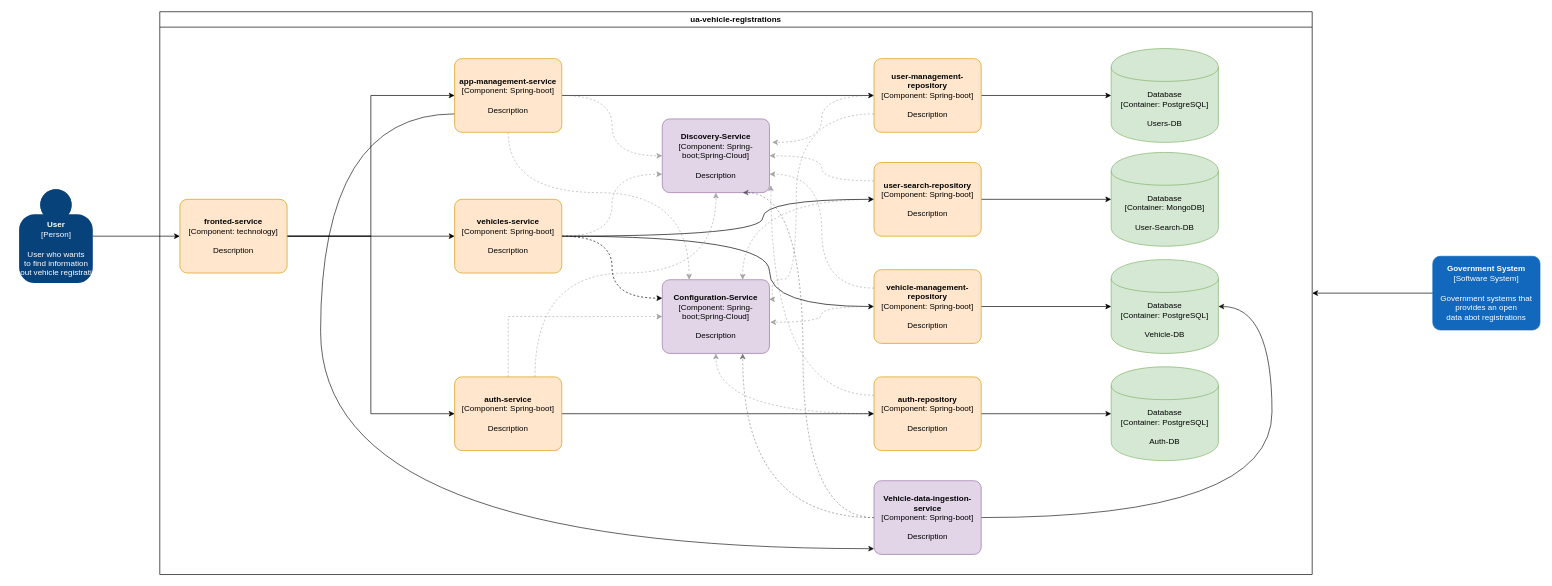
Above: page "Components" (3 of 3) of Documentation/Architecture.drawio in sanyokkua/ua-vehicle-registrations (draw.io), before the change. Source tidied: cells renumbered, new cells numbered last; positions are measured from the earlier drawing's top-left corner, leaving out a move shared by most shapes. Both pictures are drawn from the tidied source at 67%, with x=0, y=0 at pixel (19, 11).
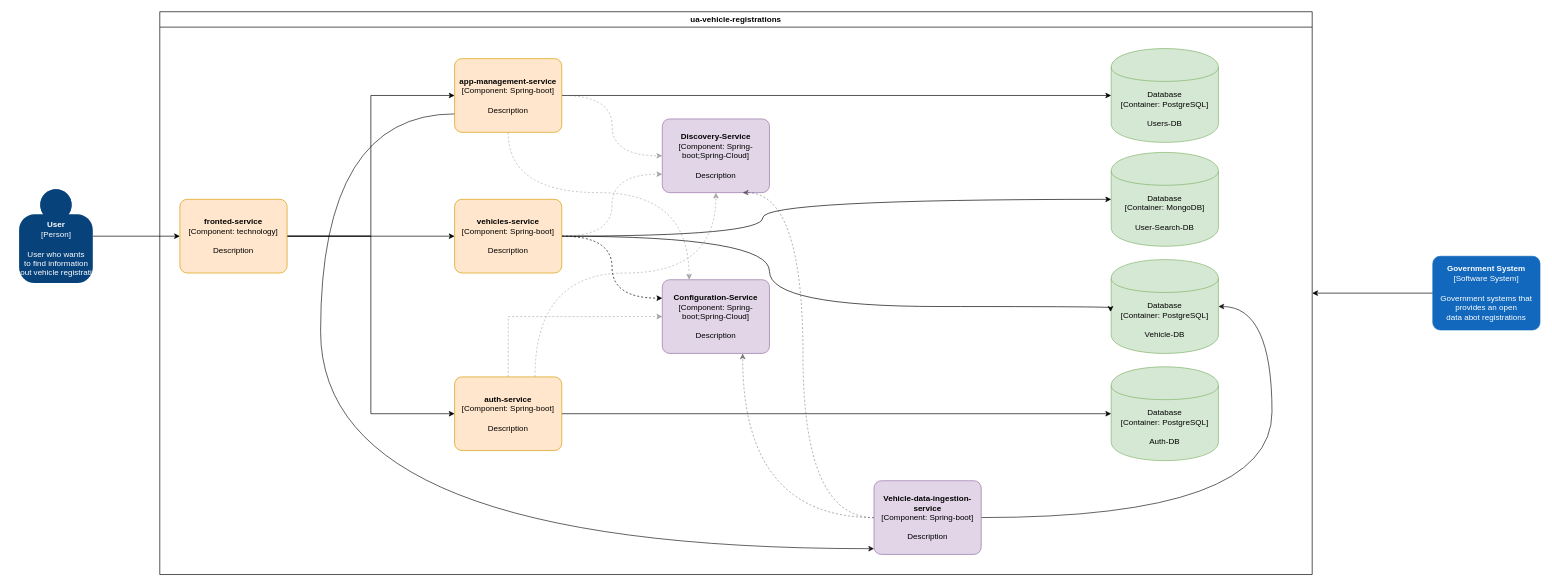
The same page after the edit.

Unchanged cells that the change refers to:
```xml
<mxCell id="6" value="ua-vehicle-registrations" style="swimlane;" parent="1" vertex="1">
  <mxGeometry x="210" width="1720" height="840" as="geometry" />
</mxCell>
<object id="7" label="%c4Type%&lt;div&gt;[Container:&amp;nbsp;%c4Technology%]&lt;/div&gt;&lt;br&gt;&lt;div&gt;%c4Description%&lt;/div&gt;" c4Description="Users-DB" c4Technology="PostgreSQL" c4Type="Database" placeholders="1">
  <mxCell style="shape=cylinder;whiteSpace=wrap;html=1;boundedLbl=1;rounded=0;labelBackgroundColor=none;fillColor=#d5e8d4;fontSize=12;align=center;strokeColor=#82b366;points=[[0.5,0,0],[1,0.25,0],[1,0.5,0],[1,0.75,0],[0.5,1,0],[0,0.75,0],[0,0.5,0],[0,0.25,0]];metaData={&quot;c4Type&quot;:{&quot;editable&quot;:false}};" parent="6" vertex="1">
    <mxGeometry x="1420" y="55" width="160" height="140" as="geometry" />
  </mxCell>
</object>
<object id="8" label="%c4Type%&lt;div&gt;[Container:&amp;nbsp;%c4Technology%]&lt;/div&gt;&lt;br&gt;&lt;div&gt;%c4Description%&lt;/div&gt;" c4Description="Vehicle-DB" c4Technology="PostgreSQL" c4Type="Database" placeholders="1">
  <mxCell style="shape=cylinder;whiteSpace=wrap;html=1;boundedLbl=1;rounded=0;labelBackgroundColor=none;fillColor=#d5e8d4;fontSize=12;align=center;strokeColor=#82b366;points=[[0.5,0,0],[1,0.25,0],[1,0.5,0],[1,0.75,0],[0.5,1,0],[0,0.75,0],[0,0.5,0],[0,0.25,0]];metaData={&quot;c4Type&quot;:{&quot;editable&quot;:false}};" parent="6" vertex="1">
    <mxGeometry x="1420" y="370" width="160" height="140" as="geometry" />
  </mxCell>
</object>
<object id="9" label="%c4Type%&lt;div&gt;[Container:&amp;nbsp;%c4Technology%]&lt;/div&gt;&lt;br&gt;&lt;div&gt;%c4Description%&lt;/div&gt;" c4Description="Auth-DB" c4Technology="PostgreSQL" c4Type="Database" placeholders="1">
  <mxCell style="shape=cylinder;whiteSpace=wrap;html=1;boundedLbl=1;rounded=0;labelBackgroundColor=none;fillColor=#d5e8d4;fontSize=12;align=center;strokeColor=#82b366;points=[[0.5,0,0],[1,0.25,0],[1,0.5,0],[1,0.75,0],[0.5,1,0],[0,0.75,0],[0,0.5,0],[0,0.25,0]];metaData={&quot;c4Type&quot;:{&quot;editable&quot;:false}};" parent="6" vertex="1">
    <mxGeometry x="1420" y="530" width="160" height="140" as="geometry" />
  </mxCell>
</object>
<object id="10" label="%c4Type%&lt;div&gt;[Container:&amp;nbsp;%c4Technology%]&lt;/div&gt;&lt;br&gt;&lt;div&gt;%c4Description%&lt;/div&gt;" c4Description="User-Search-DB" c4Technology="MongoDB" c4Type="Database" placeholders="1">
  <mxCell style="shape=cylinder;whiteSpace=wrap;html=1;boundedLbl=1;rounded=0;labelBackgroundColor=none;fillColor=#d5e8d4;fontSize=12;align=center;strokeColor=#82b366;points=[[0.5,0,0],[1,0.25,0],[1,0.5,0],[1,0.75,0],[0.5,1,0],[0,0.75,0],[0,0.5,0],[0,0.25,0]];metaData={&quot;c4Type&quot;:{&quot;editable&quot;:false}};" parent="6" vertex="1">
    <mxGeometry x="1420" y="210" width="160" height="140" as="geometry" />
  </mxCell>
</object>
<object id="15" label="&lt;b&gt;%c4Name%&lt;/b&gt;&lt;div&gt;[%c4Type%: %c4Technology%]&lt;/div&gt;&lt;br&gt;&lt;div&gt;%c4Description%&lt;/div&gt;" c4Description="Description" c4Name="app-management-service" c4Technology="Spring-boot" c4Type="Component" placeholders="1">
  <mxCell style="rounded=1;whiteSpace=wrap;html=1;labelBackgroundColor=none;fillColor=#ffe6cc;align=center;arcSize=10;strokeColor=#d79b00;metaData={&quot;c4Type&quot;:{&quot;editable&quot;:false}};points=[[0.25,0,0],[0.5,0,0],[0.75,0,0],[1,0.25,0],[1,0.5,0],[1,0.75,0],[0.75,1,0],[0.5,1,0],[0.25,1,0],[0,0.75,0],[0,0.5,0],[0,0.25,0]];" parent="6" vertex="1">
    <mxGeometry x="440" y="70" width="160" height="110" as="geometry" />
  </mxCell>
</object>
<object id="20" label="&lt;b&gt;%c4Name%&lt;/b&gt;&lt;div&gt;[%c4Type%: %c4Technology%]&lt;/div&gt;&lt;br&gt;&lt;div&gt;%c4Description%&lt;/div&gt;" c4Description="Description" c4Name="vehicles-service" c4Technology="Spring-boot" c4Type="Component" placeholders="1">
  <mxCell style="rounded=1;whiteSpace=wrap;html=1;labelBackgroundColor=none;fillColor=#ffe6cc;align=center;arcSize=10;strokeColor=#d79b00;metaData={&quot;c4Type&quot;:{&quot;editable&quot;:false}};points=[[0.25,0,0],[0.5,0,0],[0.75,0,0],[1,0.25,0],[1,0.5,0],[1,0.75,0],[0.75,1,0],[0.5,1,0],[0.25,1,0],[0,0.75,0],[0,0.5,0],[0,0.25,0]];" parent="6" vertex="1">
    <mxGeometry x="440" y="280" width="160" height="110" as="geometry" />
  </mxCell>
</object>
<object id="40" label="&lt;b&gt;%c4Name%&lt;/b&gt;&lt;div&gt;[%c4Type%: %c4Technology%]&lt;/div&gt;&lt;br&gt;&lt;div&gt;%c4Description%&lt;/div&gt;" c4Description="Description" c4Name="auth-service" c4Technology="Spring-boot" c4Type="Component" placeholders="1">
  <mxCell style="rounded=1;whiteSpace=wrap;html=1;labelBackgroundColor=none;fillColor=#ffe6cc;align=center;arcSize=10;strokeColor=#d79b00;metaData={&quot;c4Type&quot;:{&quot;editable&quot;:false}};points=[[0.25,0,0],[0.5,0,0],[0.75,0,0],[1,0.25,0],[1,0.5,0],[1,0.75,0],[0.75,1,0],[0.5,1,0],[0.25,1,0],[0,0.75,0],[0,0.5,0],[0,0.25,0]];" parent="6" vertex="1">
    <mxGeometry x="440" y="545" width="160" height="110" as="geometry" />
  </mxCell>
</object>
<object id="45" label="&lt;b&gt;%c4Name%&lt;/b&gt;&lt;div&gt;[%c4Type%: %c4Technology%]&lt;/div&gt;&lt;br&gt;&lt;div&gt;%c4Description%&lt;/div&gt;" c4Description="Description" c4Name="Discovery-Service" c4Technology="Spring-boot;Spring-Cloud" c4Type="Component" placeholders="1">
  <mxCell style="rounded=1;whiteSpace=wrap;html=1;labelBackgroundColor=none;fillColor=#e1d5e7;align=center;arcSize=10;strokeColor=#9673a6;metaData={&quot;c4Type&quot;:{&quot;editable&quot;:false}};points=[[0.25,0,0],[0.5,0,0],[0.75,0,0],[1,0.25,0],[1,0.5,0],[1,0.75,0],[0.75,1,0],[0.5,1,0],[0.25,1,0],[0,0.75,0],[0,0.5,0],[0,0.25,0]];" parent="6" vertex="1">
    <mxGeometry x="750" y="160" width="160" height="110" as="geometry" />
  </mxCell>
</object>
<object id="46" label="&lt;b&gt;%c4Name%&lt;/b&gt;&lt;div&gt;[%c4Type%: %c4Technology%]&lt;/div&gt;&lt;br&gt;&lt;div&gt;%c4Description%&lt;/div&gt;" c4Description="Description" c4Name="Configuration-Service" c4Technology="Spring-boot;Spring-Cloud" c4Type="Component" placeholders="1">
  <mxCell style="rounded=1;whiteSpace=wrap;html=1;labelBackgroundColor=none;fillColor=#e1d5e7;align=center;arcSize=10;strokeColor=#9673a6;metaData={&quot;c4Type&quot;:{&quot;editable&quot;:false}};points=[[0.25,0,0],[0.5,0,0],[0.75,0,0],[1,0.25,0],[1,0.5,0],[1,0.75,0],[0.75,1,0],[0.5,1,0],[0.25,1,0],[0,0.75,0],[0,0.5,0],[0,0.25,0]];" parent="6" vertex="1">
    <mxGeometry x="750" y="400" width="160" height="110" as="geometry" />
  </mxCell>
</object>
```

Change to the diagram source:
```diff
@@
-    <mxCell id="11" style="edgeStyle=orthogonalEdgeStyle;rounded=0;jettySize=auto;html=1;entryX=0;entryY=0.5;entryDx=0;entryDy=0;entryPerimeter=0;" parent="6" edge="1" source="15" target="28">
+    <mxCell id="11" style="edgeStyle=orthogonalEdgeStyle;rounded=0;jettySize=auto;html=1;entryX=0;entryY=0.5;entryDx=0;entryDy=0;entryPerimeter=0;" parent="6" edge="1" source="15" target="7">
       <mxGeometry relative="1" as="geometry" />
     </mxCell>
@@
-    <mxCell id="16" style="edgeStyle=orthogonalEdgeStyle;rounded=0;jettySize=auto;html=1;entryX=0;entryY=0.5;entryDx=0;entryDy=0;entryPerimeter=0;curved=1;" parent="6" edge="1" source="20" target="24">
+    <mxCell id="16" style="edgeStyle=orthogonalEdgeStyle;rounded=0;jettySize=auto;html=1;entryX=0;entryY=0.5;entryDx=0;entryDy=0;entryPerimeter=0;curved=1;" parent="6" edge="1" source="20" target="10">
       <mxGeometry relative="1" as="geometry">
         <Array as="points">
           <mxPoint x="900" y="335" />
           <mxPoint x="900" y="280" />
         </Array>
       </mxGeometry>
     </mxCell>
-    <mxCell id="17" style="edgeStyle=orthogonalEdgeStyle;rounded=0;jettySize=auto;html=1;entryX=0;entryY=0.5;entryDx=0;entryDy=0;entryPerimeter=0;curved=1;" parent="6" edge="1" source="20" target="32">
+    <mxCell id="17" style="edgeStyle=orthogonalEdgeStyle;rounded=0;jettySize=auto;html=1;entryX=-0.006;entryY=0.557;entryDx=0;entryDy=0;entryPerimeter=0;curved=1;" parent="6" edge="1" source="20" target="8">
       <mxGeometry relative="1" as="geometry">
         <Array as="points">
           <mxPoint x="910" y="335" />
           <mxPoint x="910" y="440" />
+          <mxPoint x="1419" y="440" />
         </Array>
       </mxGeometry>
     </mxCell>
@@
-    <mxCell id="21" style="edgeStyle=orthogonalEdgeStyle;rounded=0;jettySize=auto;html=1;entryX=0;entryY=0.5;entryDx=0;entryDy=0;entryPerimeter=0;" parent="6" edge="1" source="24" target="10">
-      <mxGeometry relative="1" as="geometry" />
-    </mxCell>
-    <mxCell id="22" style="edgeStyle=orthogonalEdgeStyle;curved=1;rounded=0;jettySize=auto;html=1;exitX=0;exitY=0.25;exitDx=0;exitDy=0;exitPerimeter=0;entryX=1;entryY=0.5;entryDx=0;entryDy=0;entryPerimeter=0;dashed=1;strokeColor=#636363;opacity=50;" parent="6" edge="1" source="24" target="45">
-      <mxGeometry relative="1" as="geometry" />
-    </mxCell>
-    <mxCell id="23" style="edgeStyle=orthogonalEdgeStyle;curved=1;rounded=0;jettySize=auto;html=1;entryX=0.75;entryY=0;entryDx=0;entryDy=0;entryPerimeter=0;dashed=1;strokeColor=#636363;opacity=50;" parent="6" edge="1" source="24" target="46">
-      <mxGeometry relative="1" as="geometry" />
-    </mxCell>
-    <object id="24" label="&lt;b&gt;%c4Name%&lt;/b&gt;&lt;div&gt;[%c4Type%: %c4Technology%]&lt;/div&gt;&lt;br&gt;&lt;div&gt;%c4Description%&lt;/div&gt;" c4Description="Description" c4Name="user-search-repository" c4Technology="Spring-boot" c4Type="Component" placeholders="1">
-      <mxCell style="rounded=1;whiteSpace=wrap;html=1;labelBackgroundColor=none;fillColor=#ffe6cc;align=center;arcSize=10;strokeColor=#d79b00;metaData={&quot;c4Type&quot;:{&quot;editable&quot;:false}};points=[[0.25,0,0],[0.5,0,0],[0.75,0,0],[1,0.25,0],[1,0.5,0],[1,0.75,0],[0.75,1,0],[0.5,1,0],[0.25,1,0],[0,0.75,0],[0,0.5,0],[0,0.25,0]];" parent="6" vertex="1">
-        <mxGeometry x="1066" y="225" width="160" height="110" as="geometry" />
-      </mxCell>
-    </object>
-    <mxCell id="25" style="edgeStyle=orthogonalEdgeStyle;rounded=0;jettySize=auto;html=1;entryX=0;entryY=0.5;entryDx=0;entryDy=0;entryPerimeter=0;" parent="6" edge="1" source="28" target="7">
-      <mxGeometry relative="1" as="geometry" />
-    </mxCell>
-    <mxCell id="26" style="edgeStyle=orthogonalEdgeStyle;curved=1;rounded=0;jettySize=auto;html=1;entryX=1.025;entryY=0.318;entryDx=0;entryDy=0;entryPerimeter=0;dashed=1;strokeColor=#636363;opacity=50;" parent="6" edge="1" source="28" target="45">
-      <mxGeometry relative="1" as="geometry" />
-    </mxCell>
-    <mxCell id="27" style="edgeStyle=orthogonalEdgeStyle;curved=1;rounded=0;jettySize=auto;html=1;exitX=0;exitY=0.75;exitDx=0;exitDy=0;exitPerimeter=0;entryX=0.997;entryY=0.265;entryDx=0;entryDy=0;entryPerimeter=0;dashed=1;strokeColor=#636363;opacity=50;" parent="6" edge="1" source="28" target="46">
-      <mxGeometry relative="1" as="geometry">
-        <Array as="points">
-          <mxPoint x="950" y="152" />
-          <mxPoint x="950" y="399" />
-          <mxPoint x="914" y="399" />
-          <mxPoint x="914" y="429" />
-        </Array>
-      </mxGeometry>
-    </mxCell>
-    <object id="28" label="&lt;b&gt;%c4Name%&lt;/b&gt;&lt;div&gt;[%c4Type%: %c4Technology%]&lt;/div&gt;&lt;br&gt;&lt;div&gt;%c4Description%&lt;/div&gt;" c4Description="Description" c4Name="user-management-repository" c4Technology="Spring-boot" c4Type="Component" placeholders="1">
-      <mxCell style="rounded=1;whiteSpace=wrap;html=1;labelBackgroundColor=none;fillColor=#ffe6cc;align=center;arcSize=10;strokeColor=#d79b00;metaData={&quot;c4Type&quot;:{&quot;editable&quot;:false}};points=[[0.25,0,0],[0.5,0,0],[0.75,0,0],[1,0.25,0],[1,0.5,0],[1,0.75,0],[0.75,1,0],[0.5,1,0],[0.25,1,0],[0,0.75,0],[0,0.5,0],[0,0.25,0]];" parent="6" vertex="1">
-        <mxGeometry x="1066" y="70" width="160" height="110" as="geometry" />
-      </mxCell>
-    </object>
-    <mxCell id="29" style="edgeStyle=orthogonalEdgeStyle;rounded=0;jettySize=auto;html=1;entryX=0;entryY=0.5;entryDx=0;entryDy=0;entryPerimeter=0;" parent="6" edge="1" source="32" target="8">
-      <mxGeometry relative="1" as="geometry" />
-    </mxCell>
-    <mxCell id="30" style="edgeStyle=orthogonalEdgeStyle;curved=1;rounded=0;jettySize=auto;html=1;exitX=0;exitY=0.25;exitDx=0;exitDy=0;exitPerimeter=0;entryX=1;entryY=0.75;entryDx=0;entryDy=0;entryPerimeter=0;dashed=1;strokeColor=#636363;opacity=50;" parent="6" edge="1" source="32" target="45">
-      <mxGeometry relative="1" as="geometry" />
-    </mxCell>
-    <mxCell id="31" style="edgeStyle=orthogonalEdgeStyle;curved=1;rounded=0;jettySize=auto;html=1;entryX=1.007;entryY=0.576;entryDx=0;entryDy=0;entryPerimeter=0;dashed=1;strokeColor=#636363;opacity=50;" parent="6" edge="1" source="32" target="46">
-      <mxGeometry relative="1" as="geometry" />
-    </mxCell>
-    <object id="32" label="&lt;b&gt;%c4Name%&lt;/b&gt;&lt;div&gt;[%c4Type%: %c4Technology%]&lt;/div&gt;&lt;br&gt;&lt;div&gt;%c4Description%&lt;/div&gt;" c4Description="Description" c4Name="vehicle-management-repository" c4Technology="Spring-boot" c4Type="Component" placeholders="1">
-      <mxCell style="rounded=1;whiteSpace=wrap;html=1;labelBackgroundColor=none;fillColor=#ffe6cc;align=center;arcSize=10;strokeColor=#d79b00;metaData={&quot;c4Type&quot;:{&quot;editable&quot;:false}};points=[[0.25,0,0],[0.5,0,0],[0.75,0,0],[1,0.25,0],[1,0.5,0],[1,0.75,0],[0.75,1,0],[0.5,1,0],[0.25,1,0],[0,0.75,0],[0,0.5,0],[0,0.25,0]];" parent="6" vertex="1">
-        <mxGeometry x="1066" y="385" width="160" height="110" as="geometry" />
-      </mxCell>
-    </object>
-    <mxCell id="33" style="edgeStyle=orthogonalEdgeStyle;rounded=0;jettySize=auto;html=1;entryX=0;entryY=0.5;entryDx=0;entryDy=0;entryPerimeter=0;" parent="6" edge="1" source="36" target="9">
-      <mxGeometry relative="1" as="geometry" />
-    </mxCell>
-    <mxCell id="34" style="edgeStyle=orthogonalEdgeStyle;curved=1;rounded=0;jettySize=auto;html=1;exitX=0;exitY=0.25;exitDx=0;exitDy=0;exitPerimeter=0;entryX=1.013;entryY=0.9;entryDx=0;entryDy=0;entryPerimeter=0;dashed=1;strokeColor=#636363;opacity=50;" parent="6" edge="1" source="36" target="45">
-      <mxGeometry relative="1" as="geometry" />
-    </mxCell>
-    <mxCell id="35" style="edgeStyle=orthogonalEdgeStyle;curved=1;rounded=0;jettySize=auto;html=1;entryX=0.5;entryY=1;entryDx=0;entryDy=0;entryPerimeter=0;dashed=1;strokeColor=#636363;opacity=50;" parent="6" edge="1" source="36" target="46">
-      <mxGeometry relative="1" as="geometry" />
-    </mxCell>
-    <object id="36" label="&lt;b&gt;%c4Name%&lt;/b&gt;&lt;div&gt;[%c4Type%: %c4Technology%]&lt;/div&gt;&lt;br&gt;&lt;div&gt;%c4Description%&lt;/div&gt;" c4Description="Description" c4Name="auth-repository" c4Technology="Spring-boot" c4Type="Component" placeholders="1">
-      <mxCell style="rounded=1;whiteSpace=wrap;html=1;labelBackgroundColor=none;fillColor=#ffe6cc;align=center;arcSize=10;strokeColor=#d79b00;metaData={&quot;c4Type&quot;:{&quot;editable&quot;:false}};points=[[0.25,0,0],[0.5,0,0],[0.75,0,0],[1,0.25,0],[1,0.5,0],[1,0.75,0],[0.75,1,0],[0.5,1,0],[0.25,1,0],[0,0.75,0],[0,0.5,0],[0,0.25,0]];" parent="6" vertex="1">
-        <mxGeometry x="1066" y="545" width="160" height="110" as="geometry" />
-      </mxCell>
-    </object>
-    <mxCell id="37" style="edgeStyle=orthogonalEdgeStyle;rounded=0;jettySize=auto;html=1;entryX=0;entryY=0.5;entryDx=0;entryDy=0;entryPerimeter=0;" parent="6" edge="1" source="40" target="36">
+    <mxCell id="37" style="edgeStyle=orthogonalEdgeStyle;rounded=0;jettySize=auto;html=1;entryX=0;entryY=0.5;entryDx=0;entryDy=0;entryPerimeter=0;" parent="6" edge="1" source="40" target="9">
       <mxGeometry relative="1" as="geometry" />
     </mxCell>
```
